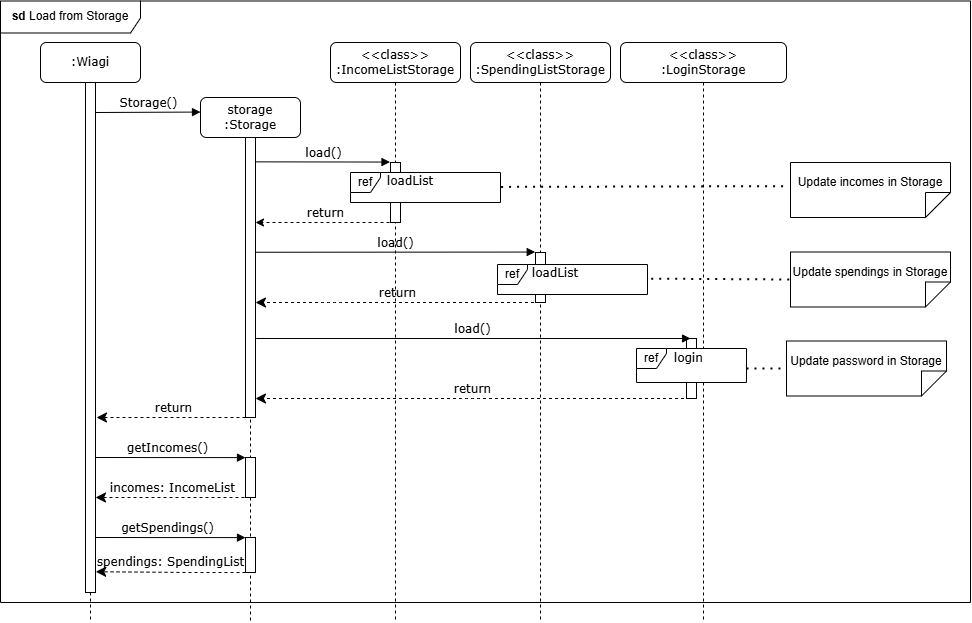
The draw.io diagram docs/Diagrams/Storage/loadStorageSD.png in wongwh2002/CS2113TeamProject, before a commit. Source tidied: cells renumbered, new cells last; positions are measured from the earlier drawing's top-left corner, leaving out a move shared by most shapes.
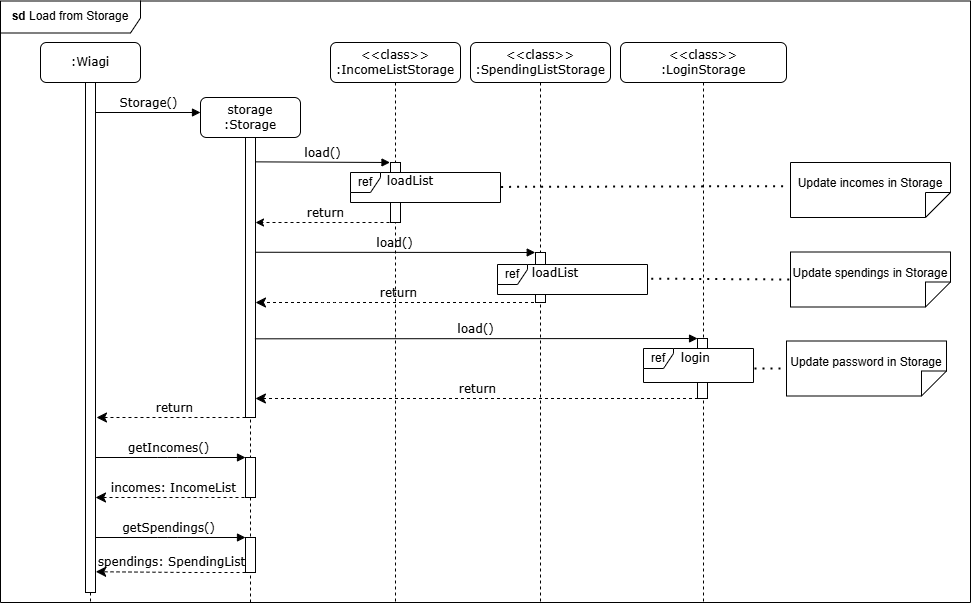
The same file after the commit.

Change to the diagram source:
```diff
@@ -3,7 +3,7 @@
     <mxCell id="0" />
     <mxCell id="1" parent="0" />
     <mxCell id="2" value="&lt;div&gt;storage&lt;/div&gt;:Storage" style="shape=umlLifeline;perimeter=lifelinePerimeter;whiteSpace=wrap;html=1;rounded=1;shadow=0;comic=0;labelBackgroundColor=none;strokeWidth=1;fontFamily=Verdana;fontSize=12;align=center;" parent="1" vertex="1">
-      <mxGeometry x="200" y="97" width="100" height="525" as="geometry" />
+      <mxGeometry x="200" y="97" width="100" height="505" as="geometry" />
     </mxCell>
     <mxCell id="3" style="html=1;points=[];perimeter=orthogonalPerimeter;rounded=0;shadow=0;comic=0;labelBackgroundColor=none;strokeWidth=1;fontFamily=Verdana;fontSize=12;align=center;" parent="2" vertex="1">
       <mxGeometry x="45" y="40" width="10" height="280" as="geometry" />
@@ -56,18 +56,17 @@
         </Array>
       </mxGeometry>
     </mxCell>
-    <mxCell id="11" value="return" style="html=1;verticalAlign=bottom;endArrow=classic;dashed=1;endSize=8;labelBackgroundColor=none;fontFamily=Verdana;fontSize=12;edgeStyle=elbowEdgeStyle;elbow=vertical;endFill=1;" parent="2" edge="1">
+    <mxCell id="11" value="return" style="html=1;verticalAlign=bottom;endArrow=classic;dashed=1;endSize=8;labelBackgroundColor=none;fontFamily=Verdana;fontSize=12;edgeStyle=elbowEdgeStyle;elbow=vertical;endFill=1;entryX=0.993;entryY=0.932;entryDx=0;entryDy=0;entryPerimeter=0;" parent="2" edge="1" target="3">
       <mxGeometry relative="1" as="geometry">
-        <mxPoint x="489.5" y="301" as="sourcePoint" />
-        <mxPoint x="55" y="301" as="targetPoint" />
+        <mxPoint x="497.5" y="301" as="sourcePoint" />
         <Array as="points">
-          <mxPoint x="270.5" y="301" />
-          <mxPoint x="300.5" y="301" />
+          <mxPoint x="278.5" y="301" />
+          <mxPoint x="308.5" y="301" />
         </Array>
       </mxGeometry>
     </mxCell>
     <mxCell id="12" value="&amp;lt;&amp;lt;class&amp;gt;&amp;gt;&lt;br&gt;:IncomeListStorage" style="shape=umlLifeline;perimeter=lifelinePerimeter;whiteSpace=wrap;html=1;rounded=1;shadow=0;comic=0;labelBackgroundColor=none;strokeWidth=1;fontFamily=Verdana;fontSize=12;align=center;" parent="1" vertex="1">
-      <mxGeometry x="330" y="42" width="130" height="580" as="geometry" />
+      <mxGeometry x="330" y="42" width="130" height="560" as="geometry" />
     </mxCell>
     <mxCell id="13" style="html=1;perimeter=orthogonalPerimeter;rounded=0;shadow=0;comic=0;labelBackgroundColor=none;strokeWidth=1;fontFamily=Verdana;fontSize=12;align=center;" parent="12" vertex="1">
       <mxGeometry x="60" y="120" width="10" height="60" as="geometry" />
@@ -79,7 +78,7 @@
       <mxGeometry x="55" y="125" width="70" height="20" as="geometry" />
     </mxCell>
     <mxCell id="16" value=":Wiagi" style="shape=umlLifeline;perimeter=lifelinePerimeter;whiteSpace=wrap;html=1;rounded=1;shadow=0;comic=0;labelBackgroundColor=none;strokeWidth=1;fontFamily=Verdana;fontSize=12;align=center;" parent="1" vertex="1">
-      <mxGeometry x="40" y="42" width="100" height="580" as="geometry" />
+      <mxGeometry x="40" y="42" width="100" height="560" as="geometry" />
     </mxCell>
     <mxCell id="17" value="spendings: SpendingList" style="html=1;verticalAlign=bottom;endArrow=classic;dashed=1;endSize=8;labelBackgroundColor=none;fontFamily=Verdana;fontSize=12;edgeStyle=elbowEdgeStyle;elbow=horizontal;entryX=1.024;entryY=0.927;entryDx=0;entryDy=0;entryPerimeter=0;endFill=1;" parent="16" edge="1">
       <mxGeometry relative="1" as="geometry">
@@ -101,7 +100,7 @@
       </mxGeometry>
     </mxCell>
     <mxCell id="20" value="&amp;lt;&amp;lt;class&amp;gt;&amp;gt;&lt;br&gt;:SpendingListStorage" style="shape=umlLifeline;perimeter=lifelinePerimeter;whiteSpace=wrap;html=1;rounded=1;shadow=0;comic=0;labelBackgroundColor=none;strokeWidth=1;fontFamily=Verdana;fontSize=12;align=center;" parent="1" vertex="1">
-      <mxGeometry x="470" y="42" width="140" height="580" as="geometry" />
+      <mxGeometry x="470" y="42" width="140" height="560" as="geometry" />
     </mxCell>
     <mxCell id="21" style="html=1;perimeter=orthogonalPerimeter;rounded=0;shadow=0;comic=0;labelBackgroundColor=none;strokeWidth=1;fontFamily=Verdana;fontSize=12;align=center;" parent="20" vertex="1">
       <mxGeometry x="65" y="210" width="10" height="50" as="geometry" />
@@ -113,13 +112,13 @@
       <mxGeometry x="60" y="217" width="70" height="20" as="geometry" />
     </mxCell>
     <mxCell id="24" value="&amp;lt;&amp;lt;class&amp;gt;&amp;gt;&lt;br&gt;:LoginStorage" style="shape=umlLifeline;perimeter=lifelinePerimeter;whiteSpace=wrap;html=1;rounded=1;shadow=0;comic=0;labelBackgroundColor=none;strokeWidth=1;fontFamily=Verdana;fontSize=12;align=center;" parent="1" vertex="1">
-      <mxGeometry x="620" y="42" width="166" height="580" as="geometry" />
+      <mxGeometry x="620" y="42" width="166" height="560" as="geometry" />
     </mxCell>
     <mxCell id="25" style="html=1;perimeter=orthogonalPerimeter;rounded=0;shadow=0;comic=0;labelBackgroundColor=none;strokeWidth=1;fontFamily=Verdana;fontSize=12;align=center;" parent="24" vertex="1">
-      <mxGeometry x="66" y="296" width="10" height="60" as="geometry" />
+      <mxGeometry x="77" y="296" width="10" height="60" as="geometry" />
     </mxCell>
     <mxCell id="26" value="&lt;div style=&quot;text-align: center;&quot;&gt;&lt;span style=&quot;background-color: initial; text-wrap-mode: nowrap;&quot;&gt;&lt;font face=&quot;Verdana&quot;&gt;Login&lt;/font&gt;&lt;/span&gt;&lt;/div&gt;" style="text;whiteSpace=wrap;html=1;" parent="24" vertex="1">
-      <mxGeometry x="66" y="310" width="70" height="20" as="geometry" />
+      <mxGeometry x="73" y="310" width="70" height="20" as="geometry" />
     </mxCell>
     <mxCell id="27" value="load()" style="html=1;verticalAlign=bottom;endArrow=block;labelBackgroundColor=none;fontFamily=Verdana;fontSize=12;edgeStyle=elbowEdgeStyle;elbow=vertical;exitX=0.972;exitY=0.383;exitDx=0;exitDy=0;exitPerimeter=0;entryX=-0.028;entryY=0.012;entryDx=0;entryDy=0;entryPerimeter=0;" parent="1" edge="1">
       <mxGeometry relative="1" as="geometry">
@@ -127,13 +126,12 @@
         <mxPoint x="534.7" y="251.5" as="targetPoint" />
       </mxGeometry>
     </mxCell>
-    <mxCell id="28" value="load()" style="html=1;verticalAlign=bottom;endArrow=block;labelBackgroundColor=none;fontFamily=Verdana;fontSize=12;edgeStyle=elbowEdgeStyle;elbow=vertical;exitX=1.067;exitY=0.74;exitDx=0;exitDy=0;exitPerimeter=0;entryX=0.005;entryY=0;entryDx=0;entryDy=0;entryPerimeter=0;" parent="1" edge="1">
+    <mxCell id="28" value="load()" style="html=1;verticalAlign=bottom;endArrow=block;labelBackgroundColor=none;fontFamily=Verdana;fontSize=12;edgeStyle=elbowEdgeStyle;elbow=vertical;exitX=0.94;exitY=0.719;exitDx=0;exitDy=0;exitPerimeter=0;entryX=0.005;entryY=0;entryDx=0;entryDy=0;entryPerimeter=0;" parent="1" edge="1" source="3">
       <mxGeometry relative="1" as="geometry">
-        <mxPoint x="255.7" y="338" as="sourcePoint" />
-        <mxPoint x="690" y="338" as="targetPoint" />
+        <mxPoint x="697" y="338" as="targetPoint" />
         <Array as="points">
-          <mxPoint x="320.5" y="338" />
-          <mxPoint x="476" y="333" />
+          <mxPoint x="327.5" y="338" />
+          <mxPoint x="483" y="333" />
         </Array>
       </mxGeometry>
     </mxCell>
@@ -174,10 +172,10 @@
       </mxGeometry>
     </mxCell>
     <mxCell id="37" value="ref" style="shape=umlFrame;whiteSpace=wrap;html=1;width=30;height=20;labelBackgroundColor=default;fillColor=default;swimlaneFillColor=default;" parent="1" vertex="1">
-      <mxGeometry x="636" y="348" width="110" height="34" as="geometry" />
+      <mxGeometry x="643" y="348" width="110" height="34" as="geometry" />
     </mxCell>
     <mxCell id="38" value="&lt;div style=&quot;text-align: center;&quot;&gt;&lt;span style=&quot;background-color: initial; text-wrap-mode: nowrap;&quot;&gt;&lt;font face=&quot;Verdana&quot;&gt;login&lt;/font&gt;&lt;/span&gt;&lt;/div&gt;" style="text;whiteSpace=wrap;html=1;" parent="1" vertex="1">
-      <mxGeometry x="672" y="344" width="70" height="20" as="geometry" />
+      <mxGeometry x="679" y="344" width="70" height="20" as="geometry" />
     </mxCell>
     <mxCell id="39" value="&lt;b&gt;sd&lt;/b&gt; Load from Storage" style="shape=umlFrame;whiteSpace=wrap;html=1;width=140;height=32;" parent="1" vertex="1">
       <mxGeometry y="0.5" width="970" height="601.5" as="geometry" />
```
